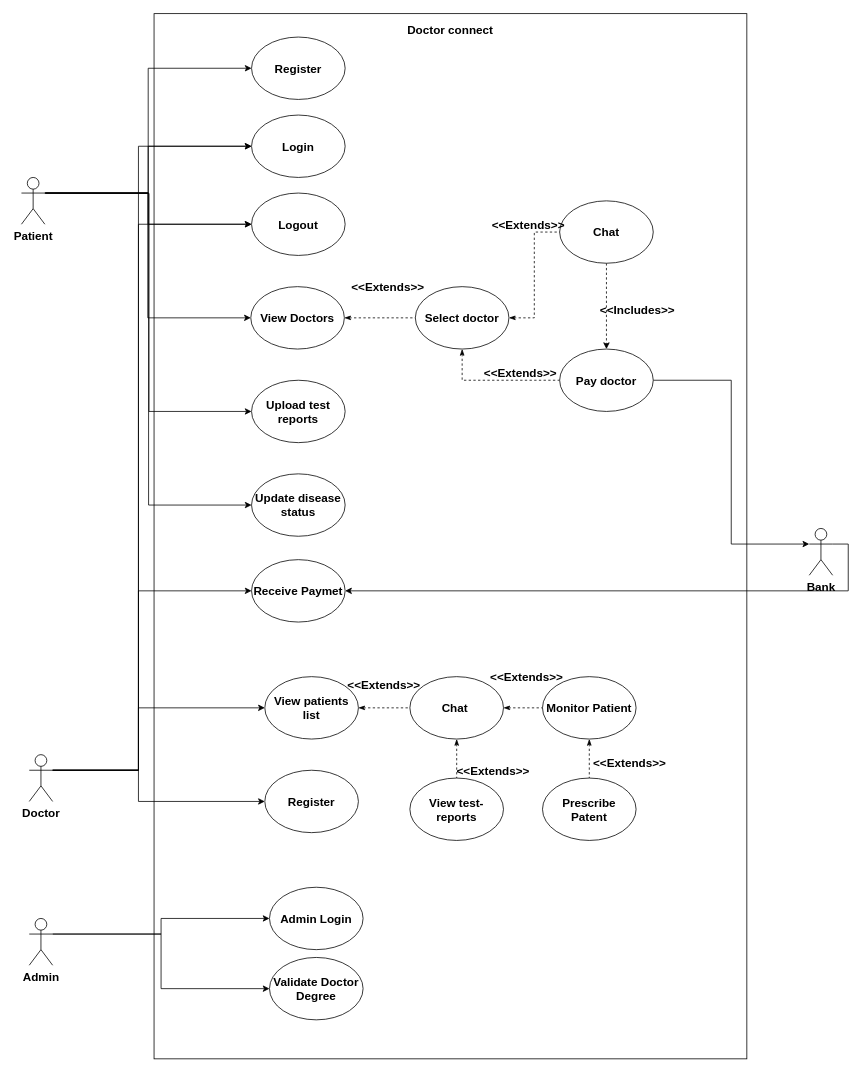
The draw.io diagram page "final use case" (4 of 14) of stqa.drawio in MohitBurkule/doctorconnect, before the edit. Source tidied: cells renumbered, new cells numbered last; positions are measured from the earlier drawing's top-left corner, leaving out a move shared by most shapes. Both pictures are drawn from the tidied source at 78%, with x=0, y=0 at pixel (21, 13).
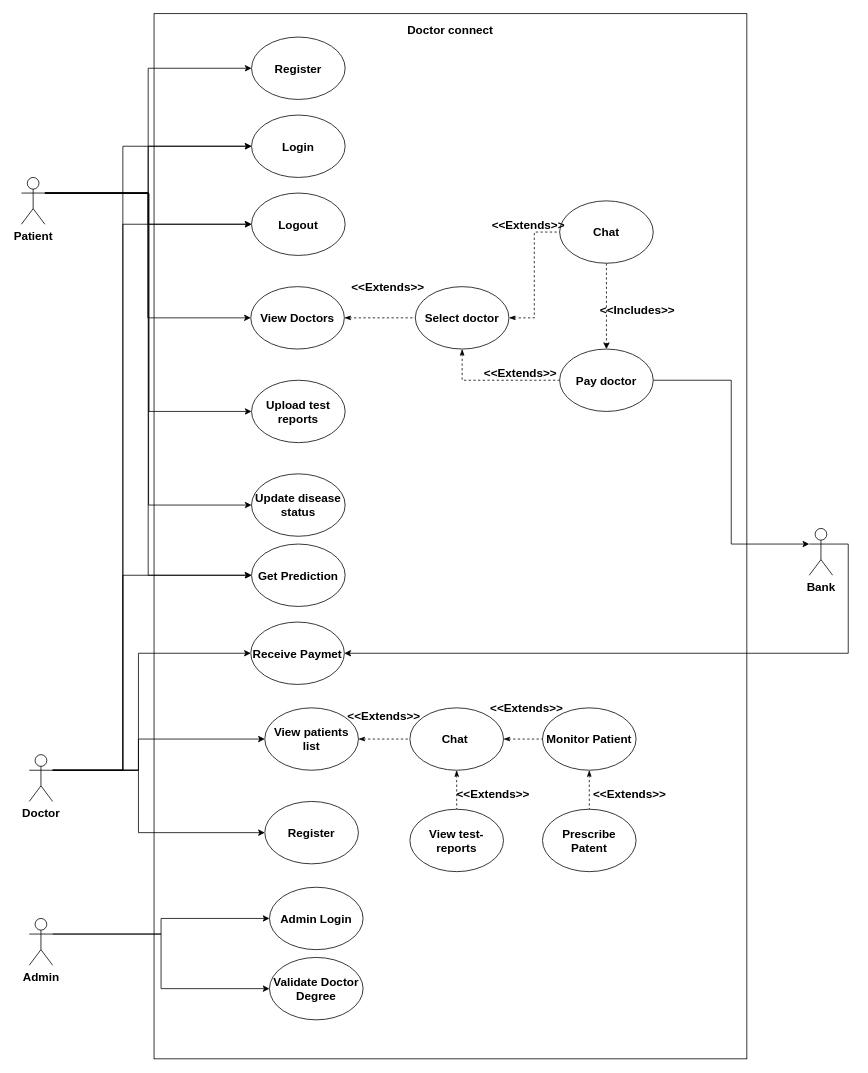
The same diagram, later.

Unchanged cells that the change refers to:
```xml
<mxCell id="9" value="Patient" style="shape=umlActor;verticalLabelPosition=bottom;verticalAlign=top;html=1;outlineConnect=0;fontStyle=1;fontSize=15;" parent="1" vertex="1">
  <mxGeometry y="210" width="30" height="60" as="geometry" />
</mxCell>
<mxCell id="11" value="Login" style="ellipse;whiteSpace=wrap;html=1;fontStyle=1;fontSize=15;" parent="1" vertex="1">
  <mxGeometry x="295" y="130" width="120" height="80" as="geometry" />
</mxCell>
<mxCell id="30" value="Logout" style="ellipse;whiteSpace=wrap;html=1;fontStyle=1;fontSize=15;" parent="1" vertex="1">
  <mxGeometry x="295" y="230" width="120" height="80" as="geometry" />
</mxCell>
<mxCell id="36" value="Doctor" style="shape=umlActor;verticalLabelPosition=bottom;verticalAlign=top;html=1;outlineConnect=0;fontStyle=1;fontSize=15;" parent="1" vertex="1">
  <mxGeometry x="10" y="950" width="30" height="60" as="geometry" />
</mxCell>
```

The edit, as a diff of the source:
```diff
@@
+    <mxCell id="57" style="edgeStyle=orthogonalEdgeStyle;rounded=0;jettySize=auto;html=1;exitX=1;exitY=0.3333333333333333;exitDx=0;exitDy=0;exitPerimeter=0;entryX=0;entryY=0.5;entryDx=0;entryDy=0;" parent="1" edge="1" source="9" target="59">
+      <mxGeometry relative="1" as="geometry" />
+    </mxCell>
@@
     <mxCell id="31" style="edgeStyle=orthogonalEdgeStyle;rounded=0;jettySize=auto;html=1;exitX=1;exitY=0.3333333333333333;exitDx=0;exitDy=0;exitPerimeter=0;entryX=0;entryY=0.5;entryDx=0;entryDy=0;fontStyle=1;fontSize=15;" parent="1" edge="1" source="36" target="11">
       <mxGeometry relative="1" as="geometry">
         <Array as="points">
-          <mxPoint x="150" y="970" />
-          <mxPoint x="150" y="170" />
+          <mxPoint x="130" y="970" />
+          <mxPoint x="130" y="170" />
         </Array>
       </mxGeometry>
     </mxCell>
     <mxCell id="32" style="edgeStyle=orthogonalEdgeStyle;rounded=0;jettySize=auto;html=1;exitX=1;exitY=0.3333333333333333;exitDx=0;exitDy=0;exitPerimeter=0;entryX=0;entryY=0.5;entryDx=0;entryDy=0;fontStyle=1;fontSize=15;" parent="1" edge="1" source="36" target="37">
       <mxGeometry relative="1" as="geometry">
         <Array as="points">
           <mxPoint x="150" y="970" />
-          <mxPoint x="150" y="740" />
+          <mxPoint x="150" y="820" />
         </Array>
       </mxGeometry>
     </mxCell>
     <mxCell id="33" style="edgeStyle=orthogonalEdgeStyle;rounded=0;jettySize=auto;html=1;exitX=1;exitY=0.3333333333333333;exitDx=0;exitDy=0;exitPerimeter=0;entryX=0;entryY=0.5;entryDx=0;entryDy=0;fontStyle=1;fontSize=15;" parent="1" edge="1" source="36" target="30">
       <mxGeometry relative="1" as="geometry">
         <Array as="points">
-          <mxPoint x="150" y="970" />
-          <mxPoint x="150" y="270" />
+          <mxPoint x="130" y="970" />
+          <mxPoint x="130" y="270" />
         </Array>
       </mxGeometry>
     </mxCell>
     <mxCell id="34" style="edgeStyle=orthogonalEdgeStyle;rounded=0;jettySize=auto;html=1;exitX=1;exitY=0.3333333333333333;exitDx=0;exitDy=0;exitPerimeter=0;entryX=0;entryY=0.5;entryDx=0;entryDy=0;fontStyle=1;fontSize=15;" parent="1" edge="1" source="36" target="56">
       <mxGeometry relative="1" as="geometry">
         <Array as="points">
           <mxPoint x="150" y="970" />
-          <mxPoint x="150" y="1010" />
+          <mxPoint x="150" y="1050" />
         </Array>
       </mxGeometry>
     </mxCell>
     <mxCell id="35" style="edgeStyle=orthogonalEdgeStyle;rounded=0;jettySize=auto;html=1;exitX=1;exitY=0.3333333333333333;exitDx=0;exitDy=0;exitPerimeter=0;entryX=0;entryY=0.5;entryDx=0;entryDy=0;fontStyle=1;fontSize=15;" parent="1" edge="1" source="36" target="39">
       <mxGeometry relative="1" as="geometry">
         <Array as="points">
           <mxPoint x="150" y="970" />
-          <mxPoint x="150" y="890" />
+          <mxPoint x="150" y="930" />
         </Array>
       </mxGeometry>
     </mxCell>
+    <mxCell id="58" style="edgeStyle=orthogonalEdgeStyle;rounded=0;jettySize=auto;html=1;exitX=1;exitY=0.3333333333333333;exitDx=0;exitDy=0;exitPerimeter=0;entryX=0;entryY=0.5;entryDx=0;entryDy=0;" parent="1" edge="1" source="36" target="59">
+      <mxGeometry relative="1" as="geometry">
+        <Array as="points">
+          <mxPoint x="130" y="970" />
+          <mxPoint x="130" y="720" />
+        </Array>
+      </mxGeometry>
+    </mxCell>
@@
     <mxCell id="37" value="Receive Paymet" style="ellipse;whiteSpace=wrap;html=1;fontStyle=1;fontSize=15;" parent="1" vertex="1">
-      <mxGeometry x="295" y="700" width="120" height="80" as="geometry" />
+      <mxGeometry x="294" y="780" width="120" height="80" as="geometry" />
     </mxCell>
@@
     <mxCell id="39" value="View patients list" style="ellipse;whiteSpace=wrap;html=1;fontStyle=1;fontSize=15;" parent="1" vertex="1">
-      <mxGeometry x="312" y="850" width="120" height="80" as="geometry" />
+      <mxGeometry x="312" y="890" width="120" height="80" as="geometry" />
     </mxCell>
@@
     <mxCell id="42" value="Chat&amp;nbsp;" style="ellipse;whiteSpace=wrap;html=1;fontStyle=1;fontSize=15;" parent="1" vertex="1">
-      <mxGeometry x="498" y="850" width="120" height="80" as="geometry" />
+      <mxGeometry x="498" y="890" width="120" height="80" as="geometry" />
     </mxCell>
@@
     <mxCell id="44" value="Monitor Patient" style="ellipse;whiteSpace=wrap;html=1;fontStyle=1;fontSize=15;" parent="1" vertex="1">
-      <mxGeometry x="668" y="850" width="120" height="80" as="geometry" />
+      <mxGeometry x="668" y="890" width="120" height="80" as="geometry" />
     </mxCell>
     <mxCell id="45" value="Prescribe Patent" style="ellipse;whiteSpace=wrap;html=1;fontStyle=1;fontSize=15;" parent="1" vertex="1">
-      <mxGeometry x="668" y="980" width="120" height="80" as="geometry" />
+      <mxGeometry x="668" y="1020" width="120" height="80" as="geometry" />
     </mxCell>
     <mxCell id="46" value="View test-reports" style="ellipse;whiteSpace=wrap;html=1;fontStyle=1;fontSize=15;" parent="1" vertex="1">
-      <mxGeometry x="498" y="980" width="120" height="80" as="geometry" />
+      <mxGeometry x="498" y="1020" width="120" height="80" as="geometry" />
     </mxCell>
     <mxCell id="47" value="&amp;lt;&amp;lt;Extends&amp;gt;&amp;gt;" style="text;html=1;strokeColor=none;fillColor=none;align=center;verticalAlign=middle;whiteSpace=wrap;rounded=0;fontStyle=1;fontSize=15;" parent="1" vertex="1">
-      <mxGeometry x="628" y="840" width="40" height="20" as="geometry" />
+      <mxGeometry x="628" y="880" width="40" height="20" as="geometry" />
     </mxCell>
     <mxCell id="48" value="&amp;lt;&amp;lt;Extends&amp;gt;&amp;gt;" style="text;html=1;strokeColor=none;fillColor=none;align=center;verticalAlign=middle;whiteSpace=wrap;rounded=0;fontStyle=1;fontSize=15;" parent="1" vertex="1">
-      <mxGeometry x="585" y="960" width="40" height="20" as="geometry" />
+      <mxGeometry x="585" y="990" width="40" height="20" as="geometry" />
     </mxCell>
     <mxCell id="49" value="&amp;lt;&amp;lt;Extends&amp;gt;&amp;gt;" style="text;html=1;strokeColor=none;fillColor=none;align=center;verticalAlign=middle;whiteSpace=wrap;rounded=0;fontStyle=1;fontSize=15;" parent="1" vertex="1">
-      <mxGeometry x="760" y="950" width="40" height="20" as="geometry" />
+      <mxGeometry x="760" y="990" width="40" height="20" as="geometry" />
     </mxCell>
     <mxCell id="50" value="&amp;lt;&amp;lt;Extends&amp;gt;&amp;gt;" style="text;html=1;strokeColor=none;fillColor=none;align=center;verticalAlign=middle;whiteSpace=wrap;rounded=0;fontStyle=1;fontSize=15;" parent="1" vertex="1">
-      <mxGeometry x="445" y="850" width="40" height="20" as="geometry" />
+      <mxGeometry x="445" y="890" width="40" height="20" as="geometry" />
     </mxCell>
@@
     <mxCell id="56" value="Register" style="ellipse;whiteSpace=wrap;html=1;fontStyle=1;fontSize=15;" parent="1" vertex="1">
-      <mxGeometry x="312" y="970" width="120" height="80" as="geometry" />
+      <mxGeometry x="312" y="1010" width="120" height="80" as="geometry" />
     </mxCell>
+    <mxCell id="59" value="Get Prediction" style="ellipse;whiteSpace=wrap;html=1;fontStyle=1;fontSize=15;" parent="1" vertex="1">
+      <mxGeometry x="295" y="680" width="120" height="80" as="geometry" />
+    </mxCell>
```
